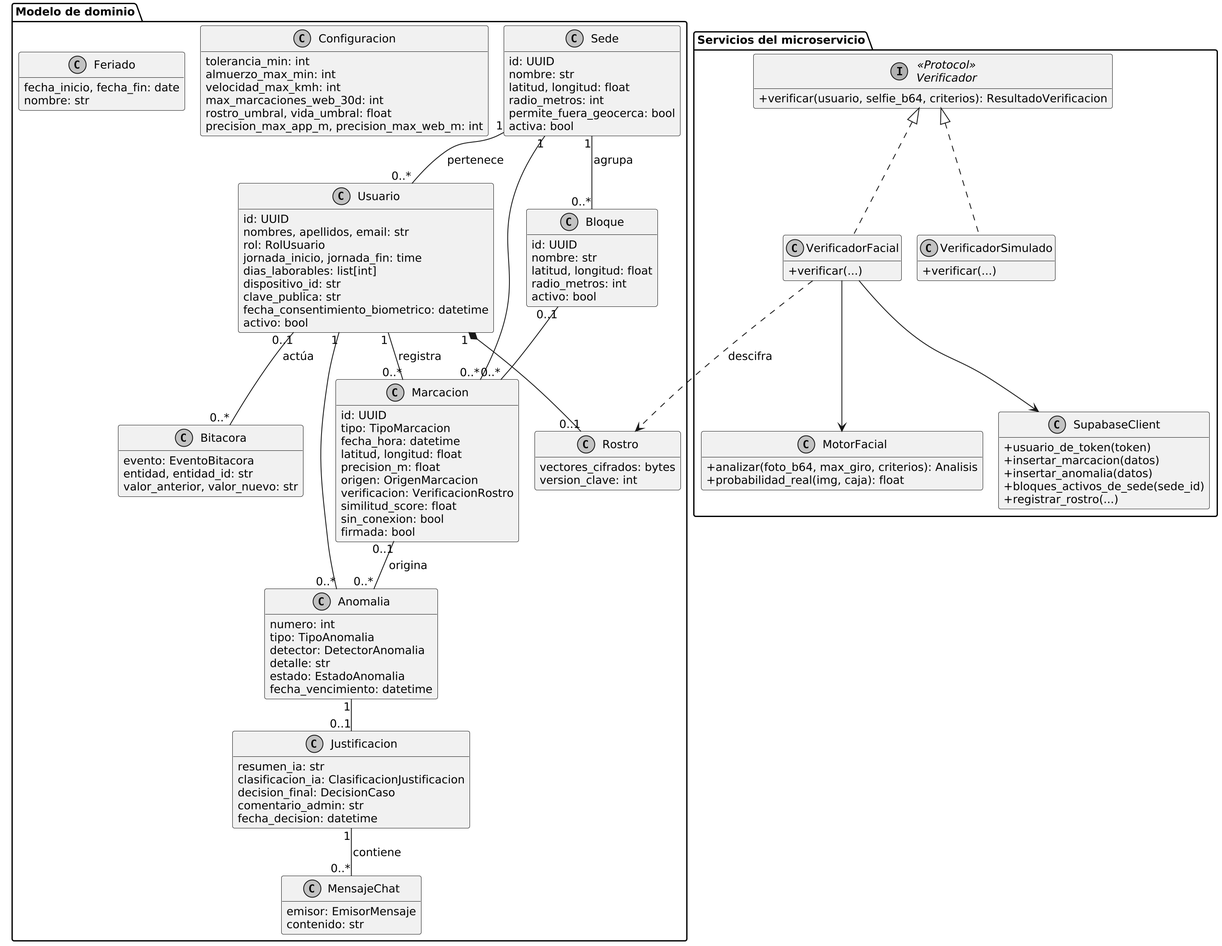
susisalan-maker/sistema-asistencia-unemi keeps this PlantUML diagram as docs/tesis/capitulo4/F6_clases.png. Above is the earlier version.
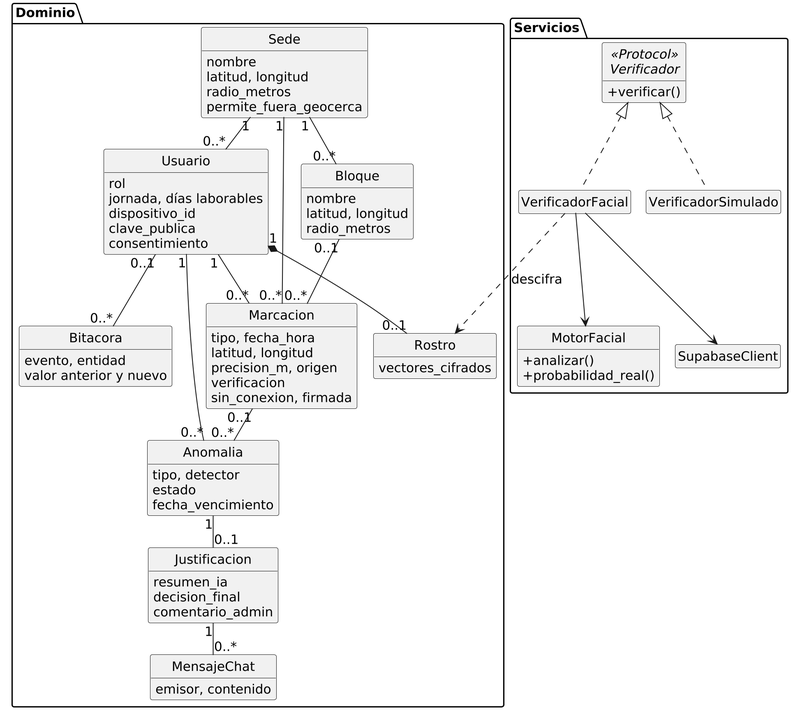
After the change.

The edit, as a diff of the source:
```diff
@@ -1,125 +1,84 @@
 @startuml
 !include comun.iuml
+skinparam defaultFontSize 15
 hide empty members
+hide circle
 skinparam classAttributeIconSize 0
-skinparam nodesep 30
-skinparam ranksep 50
+skinparam nodesep 20
+skinparam ranksep 40
 
-package "Modelo de dominio" {
+package "Dominio" {
 class Sede {
-  id: UUID
-  nombre: str
-  latitud, longitud: float
-  radio_metros: int
-  permite_fuera_geocerca: bool
-  activa: bool
+  nombre
+  latitud, longitud
+  radio_metros
+  permite_fuera_geocerca
 }
 class Bloque {
-  id: UUID
-  nombre: str
-  latitud, longitud: float
-  radio_metros: int
-  activo: bool
+  nombre
+  latitud, longitud
+  radio_metros
 }
 class Usuario {
-  id: UUID
-  nombres, apellidos, email: str
-  rol: RolUsuario
-  jornada_inicio, jornada_fin: time
-  dias_laborables: list[int]
-  dispositivo_id: str
-  clave_publica: str
-  fecha_consentimiento_biometrico: datetime
-  activo: bool
+  rol
+  jornada, días laborables
+  dispositivo_id
+  clave_publica
+  consentimiento
 }
 class Rostro {
-  vectores_cifrados: bytes
-  version_clave: int
+  vectores_cifrados
 }
 class Marcacion {
-  id: UUID
-  tipo: TipoMarcacion
-  fecha_hora: datetime
-  latitud, longitud: float
-  precision_m: float
-  origen: OrigenMarcacion
-  verificacion: VerificacionRostro
-  similitud_score: float
-  sin_conexion: bool
-  firmada: bool
+  tipo, fecha_hora
+  latitud, longitud
+  precision_m, origen
+  verificacion
+  sin_conexion, firmada
 }
 class Anomalia {
-  numero: int
-  tipo: TipoAnomalia
-  detector: DetectorAnomalia
-  detalle: str
-  estado: EstadoAnomalia
-  fecha_vencimiento: datetime
+  tipo, detector
+  estado
+  fecha_vencimiento
 }
 class Justificacion {
-  resumen_ia: str
-  clasificacion_ia: ClasificacionJustificacion
-  decision_final: DecisionCaso
-  comentario_admin: str
-  fecha_decision: datetime
+  resumen_ia
+  decision_final
+  comentario_admin
 }
 class MensajeChat {
-  emisor: EmisorMensaje
-  contenido: str
+  emisor, contenido
 }
 class Bitacora {
-  evento: EventoBitacora
-  entidad, entidad_id: str
-  valor_anterior, valor_nuevo: str
-}
-class Configuracion {
-  tolerancia_min: int
-  almuerzo_max_min: int
-  velocidad_max_kmh: int
-  max_marcaciones_web_30d: int
-  rostro_umbral, vida_umbral: float
-  precision_max_app_m, precision_max_web_m: int
-}
-class Feriado {
-  fecha_inicio, fecha_fin: date
-  nombre: str
+  evento, entidad
+  valor anterior y nuevo
 }
 }
 
-package "Servicios del microservicio" {
+package "Servicios" {
 interface Verificador <<Protocol>> {
-  +verificar(usuario, selfie_b64, criterios): ResultadoVerificacion
+  +verificar()
 }
-class VerificadorFacial {
-  +verificar(...)
+class VerificadorFacial
+class VerificadorSimulado
+class MotorFacial {
+  +analizar()
+  +probabilidad_real()
 }
-class VerificadorSimulado {
-  +verificar(...)
-}
-class MotorFacial {
-  +analizar(foto_b64, max_giro, criterios): Analisis
-  +probabilidad_real(img, caja): float
-}
-class SupabaseClient {
-  +usuario_de_token(token)
-  +insertar_marcacion(datos)
-  +insertar_anomalia(datos)
-  +bloques_activos_de_sede(sede_id)
-  +registrar_rostro(...)
-}
+class SupabaseClient
 }
 
-Sede "1" -- "0..*" Bloque : agrupa >
-Sede "1" -- "0..*" Usuario : pertenece >
+Sede "1" -- "0..*" Bloque
+Sede "1" -- "0..*" Usuario
 Usuario "1" *-- "0..1" Rostro
-Usuario "1" -- "0..*" Marcacion : registra >
+Usuario "1" -- "0..*" Marcacion
 Sede "1" -- "0..*" Marcacion
 Bloque "0..1" -- "0..*" Marcacion
-Marcacion "0..1" -- "0..*" Anomalia : origina >
+Marcacion "0..1" -- "0..*" Anomalia
 Usuario "1" -- "0..*" Anomalia
 Anomalia "1" -- "0..1" Justificacion
-Justificacion "1" -- "0..*" MensajeChat : contiene >
-Usuario "0..1" -- "0..*" Bitacora : actúa >
+Justificacion "1" -- "0..*" MensajeChat
+Usuario "0..1" -- "0..*" Bitacora
 
 Verificador <|.. VerificadorFacial
 Verificador <|.. VerificadorSimulado
```
